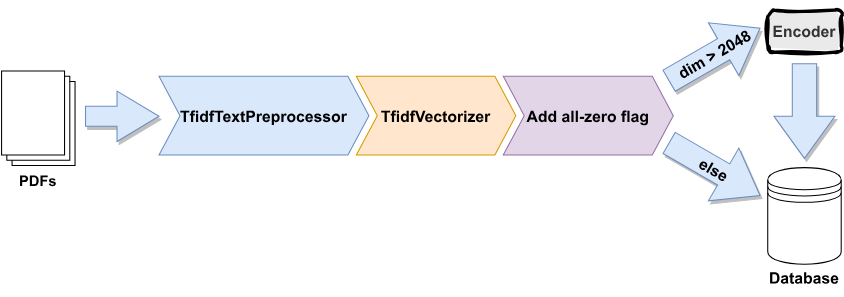
Before: images/embeddings/tfidf/TFIDF_embedding.svg, a diagram exported from draw.io (KlaraGtknst/bachelor-thesis). Source tidied: cells renumbered, new cells last; positions are measured from the earlier drawing's top-left corner, leaving out a move shared by most shapes. Its diagram source:
```xml
<mxGraphModel math="1">
  <root>
    <mxCell id="0" />
    <mxCell id="1" parent="0" />
    <mxCell id="2" value="&lt;font size=&quot;1&quot;&gt;&lt;b style=&quot;font-size: 14px;&quot;&gt;PDFs&lt;/b&gt;&lt;/font&gt;" style="verticalLabelPosition=bottom;verticalAlign=top;html=1;shape=mxgraph.basic.layered_rect;dx=10;whiteSpace=wrap;" parent="1" vertex="1">
      <mxGeometry y="58" width="70" height="90" as="geometry" />
    </mxCell>
    <mxCell id="3" style="html=1;shadow=1;dashed=0;align=center;verticalAlign=middle;shape=mxgraph.arrows2.arrow;dy=0.6;dx=40;notch=0;fillColor=#dae8fc;strokeColor=#6c8ebf;" parent="1" vertex="1">
      <mxGeometry x="80" y="77.1" width="70" height="48" as="geometry" />
    </mxCell>
    <mxCell id="4" value="&lt;font size=&quot;1&quot;&gt;&lt;b style=&quot;font-size: 15px;&quot;&gt;dim &amp;gt; 2048&lt;/b&gt;&lt;/font&gt;" style="html=1;shadow=1;dashed=0;align=center;verticalAlign=middle;shape=mxgraph.arrows2.arrow;dy=0.6;dx=40;notch=0;fillColor=#dae8fc;strokeColor=#6c8ebf;rotation=-30;" parent="1" vertex="1">
      <mxGeometry x="629.3" y="13.2" width="100" height="58" as="geometry" />
    </mxCell>
    <mxCell id="5" style="shape=datastore;whiteSpace=wrap;html=1;" parent="1" vertex="1">
      <mxGeometry x="730" y="150" width="70" height="92" as="geometry" />
    </mxCell>
    <mxCell id="6" value="&lt;font size=&quot;1&quot;&gt;&lt;b style=&quot;font-size: 15px;&quot;&gt;Database&lt;/b&gt;&lt;/font&gt;" style="text;html=1;strokeColor=none;fillColor=none;align=center;verticalAlign=middle;whiteSpace=wrap;rounded=0;" parent="1" vertex="1">
      <mxGeometry x="730" y="240" width="70" height="30" as="geometry" />
    </mxCell>
    <mxCell id="7" style="swimlane;horizontal=1;fillColor=none;strokeColor=none;stackBorder=10;align=center;whiteSpace=wrap;html=1;rounded=0;swimlaneLine=1;shadow=0;" parent="1" vertex="1">
      <mxGeometry x="140" y="30" width="510" height="118" as="geometry" />
    </mxCell>
    <mxCell id="8" value="&lt;font size=&quot;1&quot;&gt;&lt;b style=&quot;font-size: 15px;&quot;&gt;TfidfTextPreprocessor&lt;/b&gt;&lt;/font&gt;" style="shape=step;perimeter=stepPerimeter;fixedSize=1;whiteSpace=wrap;html=1;fillColor=#dae8fc;strokeColor=#6c8ebf;" parent="7" vertex="1">
      <mxGeometry x="10" y="33" width="200" height="75" as="geometry" />
    </mxCell>
    <mxCell id="9" value="&lt;font size=&quot;1&quot;&gt;&lt;b style=&quot;font-size: 15px;&quot;&gt;TfidfVectorizer&lt;/b&gt;&lt;/font&gt;" style="shape=step;perimeter=stepPerimeter;fixedSize=1;whiteSpace=wrap;html=1;fillColor=#ffe6cc;strokeColor=#d79b00;" parent="7" vertex="1">
      <mxGeometry x="198" y="33" width="152" height="75" as="geometry" />
    </mxCell>
    <mxCell id="10" value="&lt;font style=&quot;font-size: 15px;&quot;&gt;&lt;b&gt;Add all-zero flag&lt;br&gt;&lt;/b&gt;&lt;/font&gt;" style="shape=step;perimeter=stepPerimeter;fixedSize=1;whiteSpace=wrap;html=1;fillColor=#e1d5e7;strokeColor=#9673a6;" parent="7" vertex="1">
      <mxGeometry x="338" y="33" width="162" height="75" as="geometry" />
    </mxCell>
    <mxCell id="11" value="&lt;font size=&quot;1&quot;&gt;&lt;b style=&quot;font-size: 15px;&quot;&gt;Encoder&lt;/b&gt;&lt;/font&gt;" style="rounded=1;whiteSpace=wrap;html=1;fillColor=#eaeaea;strokeWidth=3;sketch=1;curveFitting=1;jiggle=2;fillStyle=solid;fontColor=#333333;strokeColor=#000000;" parent="1" vertex="1">
      <mxGeometry x="730" width="70" height="40" as="geometry" />
    </mxCell>
    <mxCell id="12" value="&lt;font size=&quot;1&quot;&gt;&lt;b style=&quot;font-size: 15px;&quot;&gt;else&lt;/b&gt;&lt;/font&gt;" style="html=1;shadow=1;dashed=0;align=center;verticalAlign=middle;shape=mxgraph.arrows2.arrow;dy=0.6;dx=40;notch=0;fillColor=#dae8fc;strokeColor=#6c8ebf;rotation=30;" parent="1" vertex="1">
      <mxGeometry x="629.3" y="122.5" width="100" height="58" as="geometry" />
    </mxCell>
    <mxCell id="13" style="html=1;shadow=1;dashed=0;align=center;verticalAlign=middle;shape=mxgraph.arrows2.arrow;dy=0.6;dx=40;notch=0;fillColor=#dae8fc;strokeColor=#6c8ebf;rotation=90;" parent="1" vertex="1">
      <mxGeometry x="720" y="67.1" width="90" height="58" as="geometry" />
    </mxCell>
  </root>
</mxGraphModel>
```
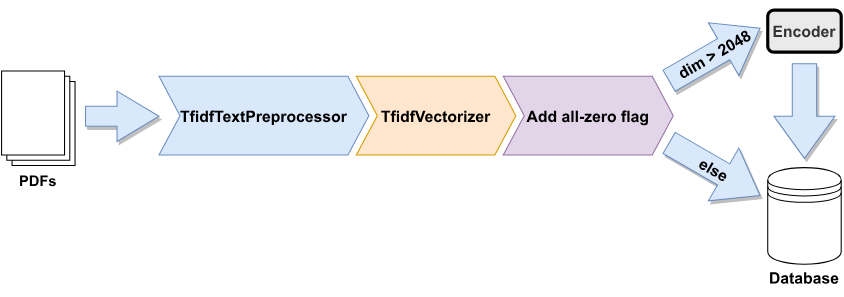
Later version of the same file.

What changed in the source:
```diff
@@ -29,7 +29,7 @@
     <mxCell id="10" value="&lt;font style=&quot;font-size: 15px;&quot;&gt;&lt;b&gt;Add all-zero flag&lt;br&gt;&lt;/b&gt;&lt;/font&gt;" style="shape=step;perimeter=stepPerimeter;fixedSize=1;whiteSpace=wrap;html=1;fillColor=#e1d5e7;strokeColor=#9673a6;" parent="7" vertex="1">
       <mxGeometry x="338" y="33" width="162" height="75" as="geometry" />
     </mxCell>
-    <mxCell id="11" value="&lt;font size=&quot;1&quot;&gt;&lt;b style=&quot;font-size: 15px;&quot;&gt;Encoder&lt;/b&gt;&lt;/font&gt;" style="rounded=1;whiteSpace=wrap;html=1;fillColor=#eaeaea;strokeWidth=3;sketch=1;curveFitting=1;jiggle=2;fillStyle=solid;fontColor=#333333;strokeColor=#000000;" parent="1" vertex="1">
+    <mxCell id="11" value="&lt;font size=&quot;1&quot;&gt;&lt;b style=&quot;font-size: 15px;&quot;&gt;Encoder&lt;/b&gt;&lt;/font&gt;" style="rounded=1;whiteSpace=wrap;html=1;fillColor=#eaeaea;strokeWidth=3;fillStyle=solid;fontColor=#333333;strokeColor=#000000;" parent="1" vertex="1">
       <mxGeometry x="730" width="70" height="40" as="geometry" />
     </mxCell>
     <mxCell id="12" value="&lt;font size=&quot;1&quot;&gt;&lt;b style=&quot;font-size: 15px;&quot;&gt;else&lt;/b&gt;&lt;/font&gt;" style="html=1;shadow=1;dashed=0;align=center;verticalAlign=middle;shape=mxgraph.arrows2.arrow;dy=0.6;dx=40;notch=0;fillColor=#dae8fc;strokeColor=#6c8ebf;rotation=30;" parent="1" vertex="1">
```
